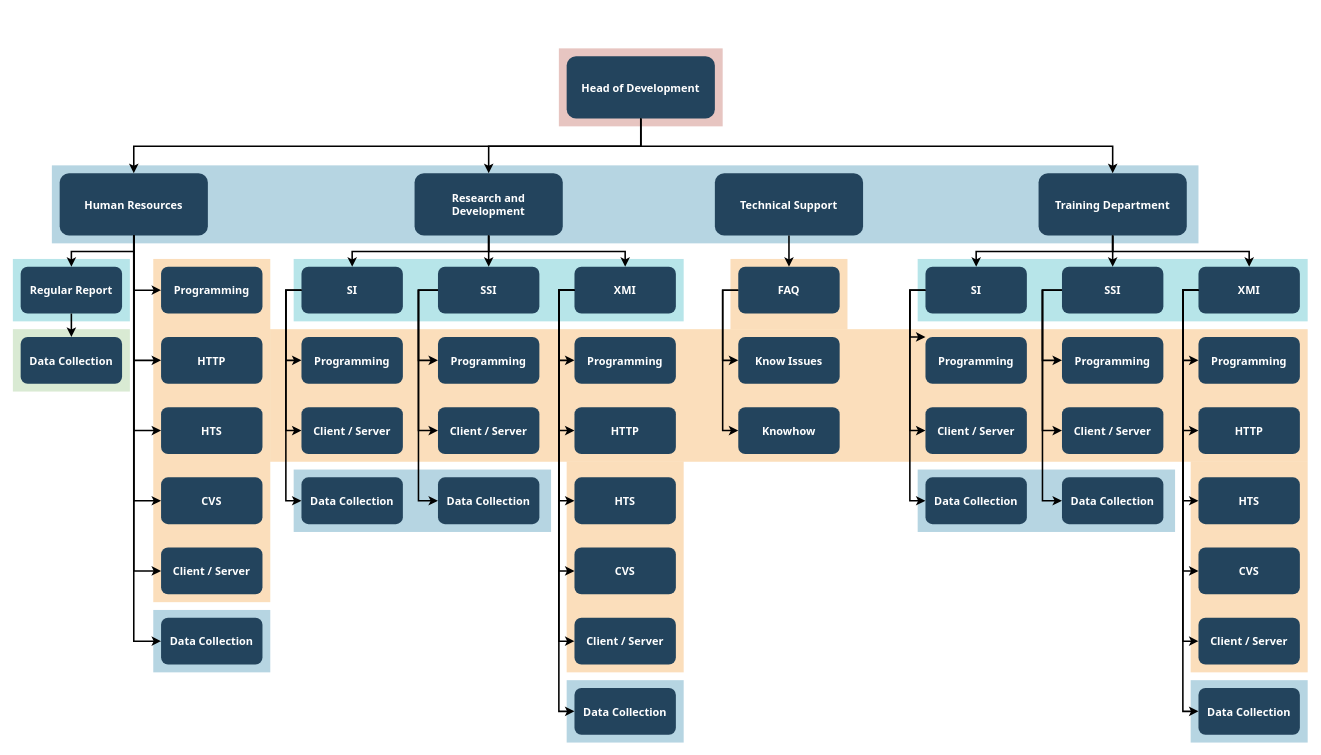
Boris998/venko keeps this draw.io diagram as Untitled Diagram.drawio. Above is the earlier version. Source tidied: cells renumbered, new cells numbered last; positions are measured from the earlier drawing's top-left corner, leaving out a move shared by most shapes. Both pictures are drawn from the tidied source at 78%, with x=0, y=0 at pixel (12, 48).
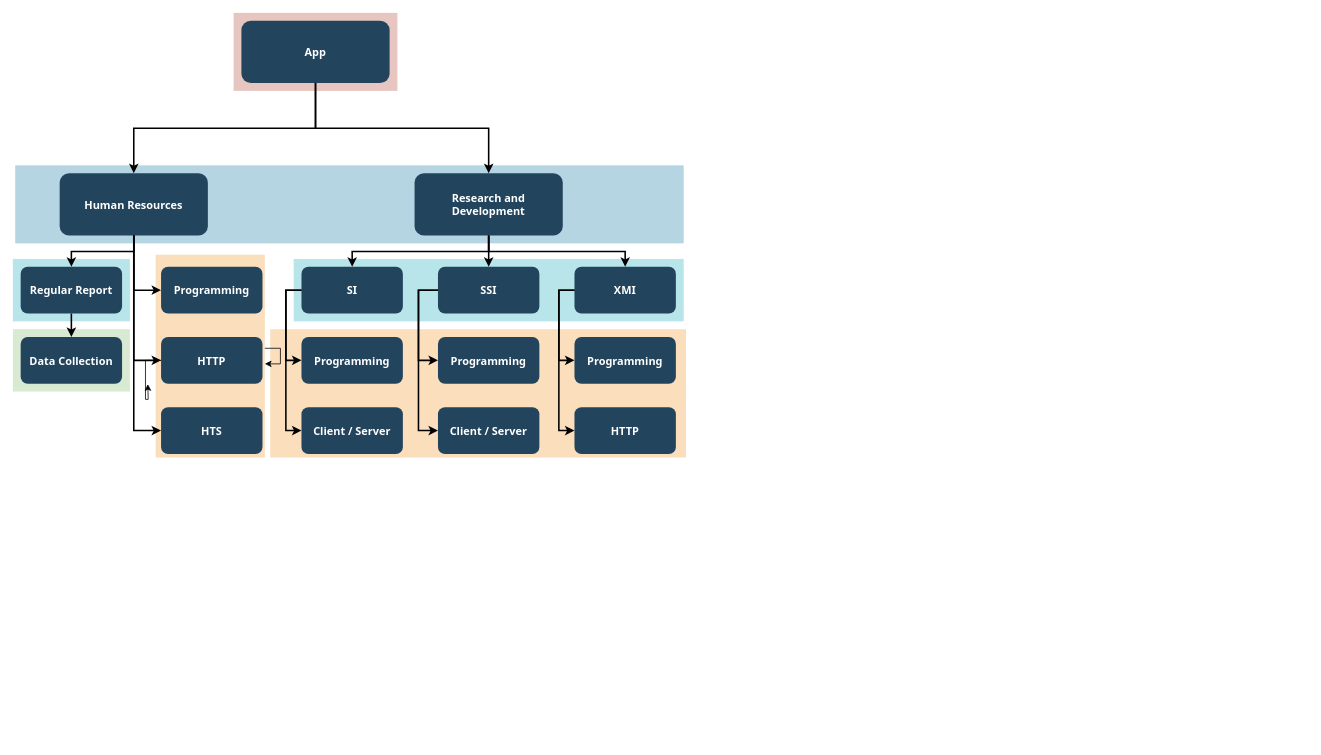
The same page after the edit.

Unchanged cells that the change refers to:
```xml
<mxCell id="23" value="Human Resources" style="rounded=1;fillColor=#23445D;gradientColor=none;strokeColor=none;fontColor=#FFFFFF;fontStyle=1;fontFamily=Tahoma;fontSize=14;" parent="1" vertex="1">
  <mxGeometry x="60" y="159.5" width="190" height="80" as="geometry" />
</mxCell>
<mxCell id="27" value="HTTP" style="rounded=1;fillColor=#23445D;gradientColor=none;strokeColor=none;fontColor=#FFFFFF;fontStyle=1;fontFamily=Tahoma;fontSize=14;" parent="1" vertex="1">
  <mxGeometry x="190" y="369.5" width="130" height="60" as="geometry" />
</mxCell>
<mxCell id="32" value="SI" style="rounded=1;fillColor=#23445D;gradientColor=none;strokeColor=none;fontColor=#FFFFFF;fontStyle=1;fontFamily=Tahoma;fontSize=14;" parent="1" vertex="1">
  <mxGeometry x="370" y="279.5" width="130" height="60" as="geometry" />
</mxCell>
<mxCell id="36" value="SSI" style="rounded=1;fillColor=#23445D;gradientColor=none;strokeColor=none;fontColor=#FFFFFF;fontStyle=1;fontFamily=Tahoma;fontSize=14;" parent="1" vertex="1">
  <mxGeometry x="545" y="279.5" width="130" height="60" as="geometry" />
</mxCell>
<mxCell id="40" value="XMI" style="rounded=1;fillColor=#23445D;gradientColor=none;strokeColor=none;fontColor=#FFFFFF;fontStyle=1;fontFamily=Tahoma;fontSize=14;" parent="1" vertex="1">
  <mxGeometry x="720" y="279.5" width="130" height="60" as="geometry" />
</mxCell>
```

Diff of the diagram source:
```diff
@@
     <mxCell id="2" style="fillColor=#AE4132;strokeColor=none;opacity=30;" parent="1" vertex="1">
-      <mxGeometry x="700" y="-0.5" width="210" height="100" as="geometry" />
+      <mxGeometry x="283" y="-46" width="210" height="100" as="geometry" />
     </mxCell>
     <mxCell id="3" style="fillColor=#10739E;strokeColor=none;opacity=30;" parent="1" vertex="1">
-      <mxGeometry x="50" y="149.5" width="1470" height="100" as="geometry" />
+      <mxGeometry x="3" y="149.5" width="857" height="100" as="geometry" />
     </mxCell>
-    <mxCell id="4" style="fillColor=#F2931E;strokeColor=none;opacity=30;" parent="1" vertex="1">
-      <mxGeometry x="1510" y="529.5" width="150" height="270" as="geometry" />
-    </mxCell>
-    <mxCell id="5" style="fillColor=#F2931E;strokeColor=none;opacity=30;" parent="1" vertex="1">
-      <mxGeometry x="920" y="269.5" width="150" height="90" as="geometry" />
-    </mxCell>
-    <mxCell id="6" style="fillColor=#F2931E;strokeColor=none;opacity=30;" parent="1" vertex="1">
-      <mxGeometry x="710" y="529.5" width="150" height="270" as="geometry" />
-    </mxCell>
     <mxCell id="7" style="fillColor=#F2931E;strokeColor=none;opacity=30;" parent="1" vertex="1">
-      <mxGeometry x="180" y="269.5" width="150" height="440" as="geometry" />
+      <mxGeometry x="183" y="264" width="140" height="260" as="geometry" />
     </mxCell>
     <mxCell id="8" style="fillColor=#F2931E;strokeColor=none;opacity=30;" parent="1" vertex="1">
-      <mxGeometry x="330" y="359.5" width="1330" height="170" as="geometry" />
+      <mxGeometry x="330" y="359.5" width="533" height="164.5" as="geometry" />
     </mxCell>
-    <mxCell id="9" style="fillColor=#10739E;strokeColor=none;opacity=30;" parent="1" vertex="1">
-      <mxGeometry x="1510" y="809.5" width="150" height="80" as="geometry" />
-    </mxCell>
-    <mxCell id="10" style="fillColor=#10739E;strokeColor=none;opacity=30;" parent="1" vertex="1">
-      <mxGeometry x="1160" y="539.5" width="330" height="80" as="geometry" />
-    </mxCell>
-    <mxCell id="11" style="fillColor=#10739E;strokeColor=none;opacity=30;" parent="1" vertex="1">
-      <mxGeometry x="710" y="809.5" width="150" height="80" as="geometry" />
-    </mxCell>
-    <mxCell id="12" style="fillColor=#10739E;strokeColor=none;opacity=30;" parent="1" vertex="1">
-      <mxGeometry x="360" y="539.5" width="330" height="80" as="geometry" />
-    </mxCell>
-    <mxCell id="13" style="fillColor=#10739E;strokeColor=none;opacity=30;" parent="1" vertex="1">
-      <mxGeometry x="180" y="719.5" width="150" height="80" as="geometry" />
-    </mxCell>
@@
-    <mxCell id="15" style="fillColor=#12AAB5;strokeColor=none;opacity=30;" parent="1" vertex="1">
-      <mxGeometry x="1160" y="269.5" width="500" height="80" as="geometry" />
-    </mxCell>
@@
-    <mxCell id="18" value="Head of Development" style="rounded=1;fillColor=#23445D;gradientColor=none;strokeColor=none;fontColor=#FFFFFF;fontStyle=1;fontFamily=Tahoma;fontSize=14;" parent="1" vertex="1">
-      <mxGeometry x="710" y="9.5" width="190" height="80" as="geometry" />
+    <mxCell id="18" value="App" style="rounded=1;fillColor=#23445D;gradientColor=none;strokeColor=none;fontColor=#FFFFFF;fontStyle=1;fontFamily=Tahoma;fontSize=14;" parent="1" vertex="1">
+      <mxGeometry x="293" y="-36" width="190" height="80" as="geometry" />
     </mxCell>
-    <mxCell id="19" value="Training Department" style="rounded=1;fillColor=#23445D;gradientColor=none;strokeColor=none;fontColor=#FFFFFF;fontStyle=1;fontFamily=Tahoma;fontSize=14;" parent="1" vertex="1">
-      <mxGeometry x="1315" y="159.5" width="190" height="80" as="geometry" />
-    </mxCell>
-    <mxCell id="20" style="edgeStyle=elbowEdgeStyle;elbow=vertical;strokeWidth=2;rounded=0;" parent="1" edge="1" source="18" target="19">
-      <mxGeometry x="337" y="215.5" as="geometry" />
-    </mxCell>
-    <mxCell id="21" value="Technical Support" style="rounded=1;fillColor=#23445D;gradientColor=none;strokeColor=none;fontColor=#FFFFFF;fontStyle=1;fontFamily=Tahoma;fontSize=14;" parent="1" vertex="1">
-      <mxGeometry x="900" y="159.5" width="190" height="80" as="geometry" />
-    </mxCell>
@@
+    <mxCell id="108" style="edgeStyle=orthogonalEdgeStyle;rounded=0;jettySize=auto;html=1;" parent="1" edge="1" source="27">
+      <mxGeometry relative="1" as="geometry">
+        <mxPoint x="173" y="430" as="targetPoint" />
+      </mxGeometry>
+    </mxCell>
@@
-    <mxCell id="29" value="CVS" style="rounded=1;fillColor=#23445D;gradientColor=none;strokeColor=none;fontColor=#FFFFFF;fontStyle=1;fontFamily=Tahoma;fontSize=14;" parent="1" vertex="1">
-      <mxGeometry x="190" y="549.5" width="130" height="60" as="geometry" />
-    </mxCell>
-    <mxCell id="30" value="Client / Server" style="rounded=1;fillColor=#23445D;gradientColor=none;strokeColor=none;fontColor=#FFFFFF;fontStyle=1;fontFamily=Tahoma;fontSize=14;" parent="1" vertex="1">
-      <mxGeometry x="190" y="639.5" width="130" height="60" as="geometry" />
-    </mxCell>
-    <mxCell id="31" value="Data Collection" style="rounded=1;fillColor=#23445D;gradientColor=none;strokeColor=none;fontColor=#FFFFFF;fontStyle=1;fontFamily=Tahoma;fontSize=14;" parent="1" vertex="1">
-      <mxGeometry x="190" y="729.5" width="130" height="60" as="geometry" />
-    </mxCell>
@@
-    <mxCell id="35" value="Data Collection" style="rounded=1;fillColor=#23445D;gradientColor=none;strokeColor=none;fontColor=#FFFFFF;fontStyle=1;fontFamily=Tahoma;fontSize=14;" parent="1" vertex="1">
-      <mxGeometry x="370" y="549.5" width="130" height="60" as="geometry" />
-    </mxCell>
@@
-    <mxCell id="39" value="Data Collection" style="rounded=1;fillColor=#23445D;gradientColor=none;strokeColor=none;fontColor=#FFFFFF;fontStyle=1;fontFamily=Tahoma;fontSize=14;" parent="1" vertex="1">
-      <mxGeometry x="545" y="549.5" width="130" height="60" as="geometry" />
-    </mxCell>
@@
-    <mxCell id="43" value="HTS" style="rounded=1;fillColor=#23445D;gradientColor=none;strokeColor=none;fontColor=#FFFFFF;fontStyle=1;fontFamily=Tahoma;fontSize=14;" parent="1" vertex="1">
-      <mxGeometry x="720" y="549.5" width="130" height="60" as="geometry" />
-    </mxCell>
-    <mxCell id="44" value="CVS" style="rounded=1;fillColor=#23445D;gradientColor=none;strokeColor=none;fontColor=#FFFFFF;fontStyle=1;fontFamily=Tahoma;fontSize=14;" parent="1" vertex="1">
-      <mxGeometry x="720" y="639.5" width="130" height="60" as="geometry" />
-    </mxCell>
-    <mxCell id="45" value="Client / Server" style="rounded=1;fillColor=#23445D;gradientColor=none;strokeColor=none;fontColor=#FFFFFF;fontStyle=1;fontFamily=Tahoma;fontSize=14;" parent="1" vertex="1">
-      <mxGeometry x="720" y="729.5" width="130" height="60" as="geometry" />
-    </mxCell>
-    <mxCell id="46" value="Data Collection" style="rounded=1;fillColor=#23445D;gradientColor=none;strokeColor=none;fontColor=#FFFFFF;fontStyle=1;fontFamily=Tahoma;fontSize=14;" parent="1" vertex="1">
-      <mxGeometry x="720" y="819.5" width="130" height="60" as="geometry" />
-    </mxCell>
-    <mxCell id="47" value="FAQ" style="rounded=1;fillColor=#23445D;gradientColor=none;strokeColor=none;fontColor=#FFFFFF;fontStyle=1;fontFamily=Tahoma;fontSize=14;" parent="1" vertex="1">
-      <mxGeometry x="930" y="279.5" width="130" height="60" as="geometry" />
-    </mxCell>
-    <mxCell id="48" value="Know Issues" style="rounded=1;fillColor=#23445D;gradientColor=none;strokeColor=none;fontColor=#FFFFFF;fontStyle=1;fontFamily=Tahoma;fontSize=14;" parent="1" vertex="1">
-      <mxGeometry x="930" y="369.5" width="130" height="60" as="geometry" />
-    </mxCell>
-    <mxCell id="49" value="Knowhow" style="rounded=1;fillColor=#23445D;gradientColor=none;strokeColor=none;fontColor=#FFFFFF;fontStyle=1;fontFamily=Tahoma;fontSize=14;" parent="1" vertex="1">
-      <mxGeometry x="930" y="459.5" width="130" height="60" as="geometry" />
-    </mxCell>
-    <mxCell id="50" value="SI" style="rounded=1;fillColor=#23445D;gradientColor=none;strokeColor=none;fontColor=#FFFFFF;fontStyle=1;fontFamily=Tahoma;fontSize=14;" parent="1" vertex="1">
-      <mxGeometry x="1170" y="279.5" width="130" height="60" as="geometry" />
-    </mxCell>
-    <mxCell id="51" value="Programming" style="rounded=1;fillColor=#23445D;gradientColor=none;strokeColor=none;fontColor=#FFFFFF;fontStyle=1;fontFamily=Tahoma;fontSize=14;" parent="1" vertex="1">
-      <mxGeometry x="1170" y="369.5" width="130" height="60" as="geometry" />
-    </mxCell>
-    <mxCell id="52" value="Client / Server" style="rounded=1;fillColor=#23445D;gradientColor=none;strokeColor=none;fontColor=#FFFFFF;fontStyle=1;fontFamily=Tahoma;fontSize=14;" parent="1" vertex="1">
-      <mxGeometry x="1170" y="459.5" width="130" height="60" as="geometry" />
-    </mxCell>
-    <mxCell id="53" value="Data Collection" style="rounded=1;fillColor=#23445D;gradientColor=none;strokeColor=none;fontColor=#FFFFFF;fontStyle=1;fontFamily=Tahoma;fontSize=14;" parent="1" vertex="1">
-      <mxGeometry x="1170" y="549.5" width="130" height="60" as="geometry" />
-    </mxCell>
-    <mxCell id="54" value="SSI" style="rounded=1;fillColor=#23445D;gradientColor=none;strokeColor=none;fontColor=#FFFFFF;fontStyle=1;fontFamily=Tahoma;fontSize=14;" parent="1" vertex="1">
-      <mxGeometry x="1345" y="279.5" width="130" height="60" as="geometry" />
-    </mxCell>
-    <mxCell id="55" value="Programming" style="rounded=1;fillColor=#23445D;gradientColor=none;strokeColor=none;fontColor=#FFFFFF;fontStyle=1;fontFamily=Tahoma;fontSize=14;" parent="1" vertex="1">
-      <mxGeometry x="1345" y="369.5" width="130" height="60" as="geometry" />
-    </mxCell>
-    <mxCell id="56" value="Client / Server" style="rounded=1;fillColor=#23445D;gradientColor=none;strokeColor=none;fontColor=#FFFFFF;fontStyle=1;fontFamily=Tahoma;fontSize=14;" parent="1" vertex="1">
-      <mxGeometry x="1345" y="459.5" width="130" height="60" as="geometry" />
-    </mxCell>
-    <mxCell id="57" value="Data Collection" style="rounded=1;fillColor=#23445D;gradientColor=none;strokeColor=none;fontColor=#FFFFFF;fontStyle=1;fontFamily=Tahoma;fontSize=14;" parent="1" vertex="1">
-      <mxGeometry x="1345" y="549.5" width="130" height="60" as="geometry" />
-    </mxCell>
-    <mxCell id="58" value="XMI" style="rounded=1;fillColor=#23445D;gradientColor=none;strokeColor=none;fontColor=#FFFFFF;fontStyle=1;fontFamily=Tahoma;fontSize=14;" parent="1" vertex="1">
-      <mxGeometry x="1520" y="279.5" width="130" height="60" as="geometry" />
-    </mxCell>
-    <mxCell id="59" value="Programming" style="rounded=1;fillColor=#23445D;gradientColor=none;strokeColor=none;fontColor=#FFFFFF;fontStyle=1;fontFamily=Tahoma;fontSize=14;" parent="1" vertex="1">
-      <mxGeometry x="1520" y="369.5" width="130" height="60" as="geometry" />
-    </mxCell>
-    <mxCell id="60" value="HTTP" style="rounded=1;fillColor=#23445D;gradientColor=none;strokeColor=none;fontColor=#FFFFFF;fontStyle=1;fontFamily=Tahoma;fontSize=14;" parent="1" vertex="1">
-      <mxGeometry x="1520" y="459.5" width="130" height="60" as="geometry" />
-    </mxCell>
-    <mxCell id="61" value="HTS" style="rounded=1;fillColor=#23445D;gradientColor=none;strokeColor=none;fontColor=#FFFFFF;fontStyle=1;fontFamily=Tahoma;fontSize=14;" parent="1" vertex="1">
-      <mxGeometry x="1520" y="549.5" width="130" height="60" as="geometry" />
-    </mxCell>
-    <mxCell id="62" value="CVS" style="rounded=1;fillColor=#23445D;gradientColor=none;strokeColor=none;fontColor=#FFFFFF;fontStyle=1;fontFamily=Tahoma;fontSize=14;" parent="1" vertex="1">
-      <mxGeometry x="1520" y="639.5" width="130" height="60" as="geometry" />
-    </mxCell>
-    <mxCell id="63" value="Client / Server" style="rounded=1;fillColor=#23445D;gradientColor=none;strokeColor=none;fontColor=#FFFFFF;fontStyle=1;fontFamily=Tahoma;fontSize=14;" parent="1" vertex="1">
-      <mxGeometry x="1520" y="729.5" width="130" height="60" as="geometry" />
-    </mxCell>
-    <mxCell id="64" value="Data Collection" style="rounded=1;fillColor=#23445D;gradientColor=none;strokeColor=none;fontColor=#FFFFFF;fontStyle=1;fontFamily=Tahoma;fontSize=14;" parent="1" vertex="1">
-      <mxGeometry x="1520" y="819.5" width="130" height="60" as="geometry" />
-    </mxCell>
@@
-    <mxCell id="71" style="edgeStyle=elbowEdgeStyle;elbow=horizontal;strokeWidth=2;rounded=0;" parent="1" edge="1" source="23" target="29">
-      <mxGeometry x="-23" y="135.5" as="geometry">
-        <Array as="points">
-          <mxPoint x="155" y="399.5" />
-        </Array>
-      </mxGeometry>
-    </mxCell>
-    <mxCell id="72" style="edgeStyle=elbowEdgeStyle;elbow=horizontal;strokeWidth=2;rounded=0;" parent="1" edge="1" source="23" target="30">
-      <mxGeometry x="-23" y="135.5" as="geometry">
-        <Array as="points">
-          <mxPoint x="155" y="439.5" />
-        </Array>
-      </mxGeometry>
-    </mxCell>
-    <mxCell id="73" style="edgeStyle=elbowEdgeStyle;elbow=horizontal;strokeWidth=2;rounded=0;" parent="1" edge="1" source="23" target="31">
-      <mxGeometry x="-23" y="135.5" as="geometry">
-        <Array as="points">
-          <mxPoint x="155" y="489.5" />
-        </Array>
-      </mxGeometry>
-    </mxCell>
@@
-    <mxCell id="76" style="edgeStyle=elbowEdgeStyle;elbow=horizontal;strokeWidth=2;rounded=0;" parent="1" edge="1" source="32" target="35">
-      <mxGeometry x="-23" y="135.5" as="geometry">
-        <Array as="points">
-          <mxPoint x="350" y="439.5" />
-        </Array>
-      </mxGeometry>
-    </mxCell>
@@
-    <mxCell id="79" style="edgeStyle=elbowEdgeStyle;elbow=horizontal;strokeWidth=2;rounded=0;" parent="1" edge="1" source="36" target="39">
-      <mxGeometry x="-23" y="135.5" as="geometry">
-        <Array as="points">
-          <mxPoint x="520" y="439.5" />
-        </Array>
-      </mxGeometry>
-    </mxCell>
@@
-    <mxCell id="82" style="edgeStyle=elbowEdgeStyle;elbow=horizontal;strokeWidth=2;rounded=0;" parent="1" edge="1" source="40" target="43">
-      <mxGeometry x="-23" y="135.5" as="geometry">
-        <Array as="points">
-          <mxPoint x="700" y="449.5" />
-        </Array>
-      </mxGeometry>
-    </mxCell>
-    <mxCell id="83" style="edgeStyle=elbowEdgeStyle;elbow=horizontal;strokeWidth=2;rounded=0;" parent="1" edge="1" source="40" target="44">
-      <mxGeometry x="-23" y="135.5" as="geometry">
-        <Array as="points">
-          <mxPoint x="700" y="489.5" />
-        </Array>
-      </mxGeometry>
-    </mxCell>
-    <mxCell id="84" style="edgeStyle=elbowEdgeStyle;elbow=horizontal;strokeWidth=2;rounded=0;" parent="1" edge="1" source="40" target="45">
-      <mxGeometry x="-23" y="135.5" as="geometry">
-        <Array as="points">
-          <mxPoint x="700" y="529.5" />
-        </Array>
-      </mxGeometry>
-    </mxCell>
-    <mxCell id="85" style="edgeStyle=elbowEdgeStyle;elbow=horizontal;strokeWidth=2;rounded=0;" parent="1" edge="1" source="40" target="46">
-      <mxGeometry x="-23" y="135.5" as="geometry">
-        <Array as="points">
-          <mxPoint x="700" y="579.5" />
-        </Array>
-      </mxGeometry>
-    </mxCell>
-    <mxCell id="86" style="edgeStyle=elbowEdgeStyle;elbow=horizontal;strokeWidth=2;rounded=0;" parent="1" edge="1" source="47" target="48">
-      <mxGeometry x="-23" y="135.5" as="geometry">
-        <Array as="points">
-          <mxPoint x="910" y="359.5" />
-        </Array>
-      </mxGeometry>
-    </mxCell>
-    <mxCell id="87" style="edgeStyle=elbowEdgeStyle;elbow=horizontal;strokeWidth=2;rounded=0;" parent="1" edge="1" source="47" target="49">
-      <mxGeometry x="-23" y="135.5" as="geometry">
-        <Array as="points">
-          <mxPoint x="910" y="409.5" />
-        </Array>
-      </mxGeometry>
-    </mxCell>
-    <mxCell id="88" style="edgeStyle=elbowEdgeStyle;elbow=horizontal;strokeWidth=2;rounded=0;" parent="1" edge="1" source="50" target="51">
-      <mxGeometry x="-23" y="135.5" as="geometry">
-        <Array as="points">
-          <mxPoint x="1150" y="369.5" />
-        </Array>
-      </mxGeometry>
-    </mxCell>
-    <mxCell id="89" style="edgeStyle=elbowEdgeStyle;elbow=horizontal;strokeWidth=2;rounded=0;" parent="1" edge="1" source="50" target="52">
-      <mxGeometry x="-23" y="135.5" as="geometry">
-        <Array as="points">
-          <mxPoint x="1150" y="399.5" />
-        </Array>
-      </mxGeometry>
-    </mxCell>
-    <mxCell id="90" style="edgeStyle=elbowEdgeStyle;elbow=horizontal;strokeWidth=2;rounded=0;" parent="1" edge="1" source="50" target="53">
-      <mxGeometry x="-23" y="135.5" as="geometry">
-        <Array as="points">
-          <mxPoint x="1150" y="449.5" />
-        </Array>
-      </mxGeometry>
-    </mxCell>
-    <mxCell id="91" style="edgeStyle=elbowEdgeStyle;elbow=horizontal;strokeWidth=2;rounded=0;" parent="1" edge="1" source="54" target="55">
-      <mxGeometry x="-23" y="135.5" as="geometry">
-        <Array as="points">
-          <mxPoint x="1320" y="359.5" />
-        </Array>
-      </mxGeometry>
-    </mxCell>
-    <mxCell id="92" style="edgeStyle=elbowEdgeStyle;elbow=horizontal;strokeWidth=2;rounded=0;" parent="1" edge="1" source="54" target="56">
-      <mxGeometry x="-23" y="135.5" as="geometry">
-        <Array as="points">
-          <mxPoint x="1320" y="419.5" />
-        </Array>
-      </mxGeometry>
-    </mxCell>
-    <mxCell id="93" style="edgeStyle=elbowEdgeStyle;elbow=horizontal;strokeWidth=2;rounded=0;" parent="1" edge="1" source="54" target="57">
-      <mxGeometry x="-23" y="135.5" as="geometry">
-        <Array as="points">
-          <mxPoint x="1320" y="449.5" />
-        </Array>
-      </mxGeometry>
-    </mxCell>
-    <mxCell id="94" style="edgeStyle=elbowEdgeStyle;elbow=horizontal;strokeWidth=2;rounded=0;" parent="1" edge="1" source="58" target="59">
-      <mxGeometry x="-23" y="135.5" as="geometry">
-        <Array as="points">
-          <mxPoint x="1500" y="359.5" />
-        </Array>
-      </mxGeometry>
-    </mxCell>
-    <mxCell id="95" style="edgeStyle=elbowEdgeStyle;elbow=horizontal;strokeWidth=2;rounded=0;" parent="1" edge="1" source="58" target="60">
-      <mxGeometry x="-23" y="135.5" as="geometry">
-        <Array as="points">
-          <mxPoint x="1500" y="399.5" />
-        </Array>
-      </mxGeometry>
-    </mxCell>
-    <mxCell id="96" style="edgeStyle=elbowEdgeStyle;elbow=horizontal;strokeWidth=2;rounded=0;" parent="1" edge="1" source="58" target="61">
-      <mxGeometry x="-23" y="135.5" as="geometry">
-        <Array as="points">
-          <mxPoint x="1500" y="449.5" />
-        </Array>
-      </mxGeometry>
-    </mxCell>
-    <mxCell id="97" style="edgeStyle=elbowEdgeStyle;elbow=horizontal;strokeWidth=2;rounded=0;" parent="1" edge="1" source="58" target="62">
-      <mxGeometry x="-23" y="135.5" as="geometry">
-        <Array as="points">
-          <mxPoint x="1500" y="499.5" />
-        </Array>
-      </mxGeometry>
-    </mxCell>
-    <mxCell id="98" style="edgeStyle=elbowEdgeStyle;elbow=horizontal;strokeWidth=2;rounded=0;" parent="1" edge="1" source="58" target="63">
-      <mxGeometry x="-23" y="135.5" as="geometry">
-        <Array as="points">
-          <mxPoint x="1500" y="549.5" />
-        </Array>
-      </mxGeometry>
-    </mxCell>
-    <mxCell id="99" style="edgeStyle=elbowEdgeStyle;elbow=horizontal;strokeWidth=2;rounded=0;" parent="1" edge="1" source="58" target="64">
-      <mxGeometry x="-23" y="135.5" as="geometry">
-        <Array as="points">
-          <mxPoint x="1500" y="589.5" />
-        </Array>
-      </mxGeometry>
-    </mxCell>
@@
-    <mxCell id="103" style="edgeStyle=elbowEdgeStyle;elbow=vertical;strokeWidth=2;rounded=0;" parent="1" edge="1" source="21" target="47">
-      <mxGeometry x="-23" y="135.5" as="geometry" />
-    </mxCell>
-    <mxCell id="104" style="edgeStyle=elbowEdgeStyle;elbow=vertical;strokeWidth=2;rounded=0;" parent="1" edge="1" source="19" target="54">
-      <mxGeometry x="-23" y="135.5" as="geometry" />
-    </mxCell>
-    <mxCell id="105" style="edgeStyle=elbowEdgeStyle;elbow=vertical;strokeWidth=2;rounded=0;" parent="1" edge="1" source="19" target="50">
-      <mxGeometry x="-23" y="135.5" as="geometry" />
-    </mxCell>
-    <mxCell id="106" style="edgeStyle=elbowEdgeStyle;elbow=vertical;strokeWidth=2;rounded=0;" parent="1" edge="1" source="19" target="58">
-      <mxGeometry x="-23" y="135.5" as="geometry" />
-    </mxCell>
@@
+    <mxCell id="109" style="edgeStyle=orthogonalEdgeStyle;rounded=0;orthogonalLoop=1;jettySize=auto;html=1;" parent="1" edge="1" source="7" target="7">
+      <mxGeometry relative="1" as="geometry" />
+    </mxCell>
+    <mxCell id="110" style="edgeStyle=orthogonalEdgeStyle;rounded=0;orthogonalLoop=1;jettySize=auto;html=1;exitX=0.5;exitY=1;exitDx=0;exitDy=0;" parent="1" edge="1" source="7" target="7">
+      <mxGeometry relative="1" as="geometry" />
+    </mxCell>
```
